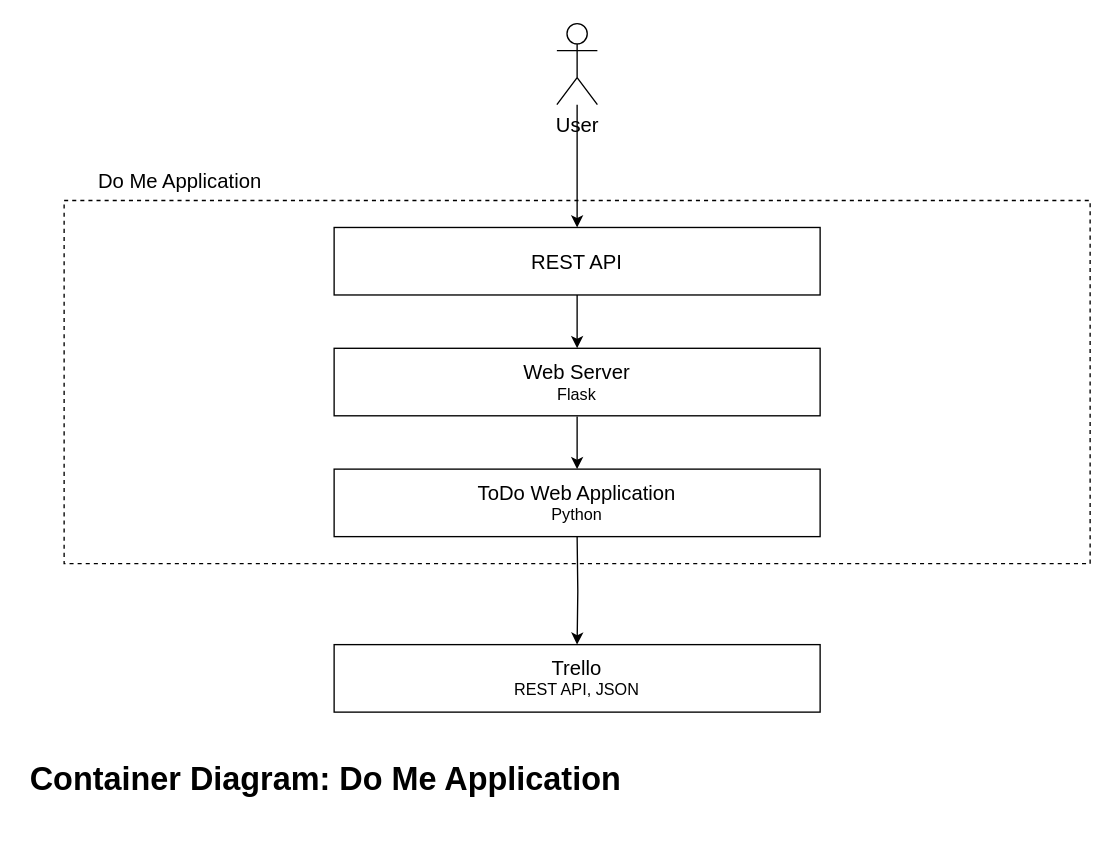
JackieMaw/DevOps-Course-Starter keeps this draw.io diagram as todo_app/diagrams/container.drawio. Above is the earlier version. Source tidied: cells renumbered, new cells numbered last; positions are measured from the earlier drawing's top-left corner, leaving out a move shared by most shapes. Both pictures are drawn from the tidied source at 135%, with x=0, y=0 at pixel (23, 23).
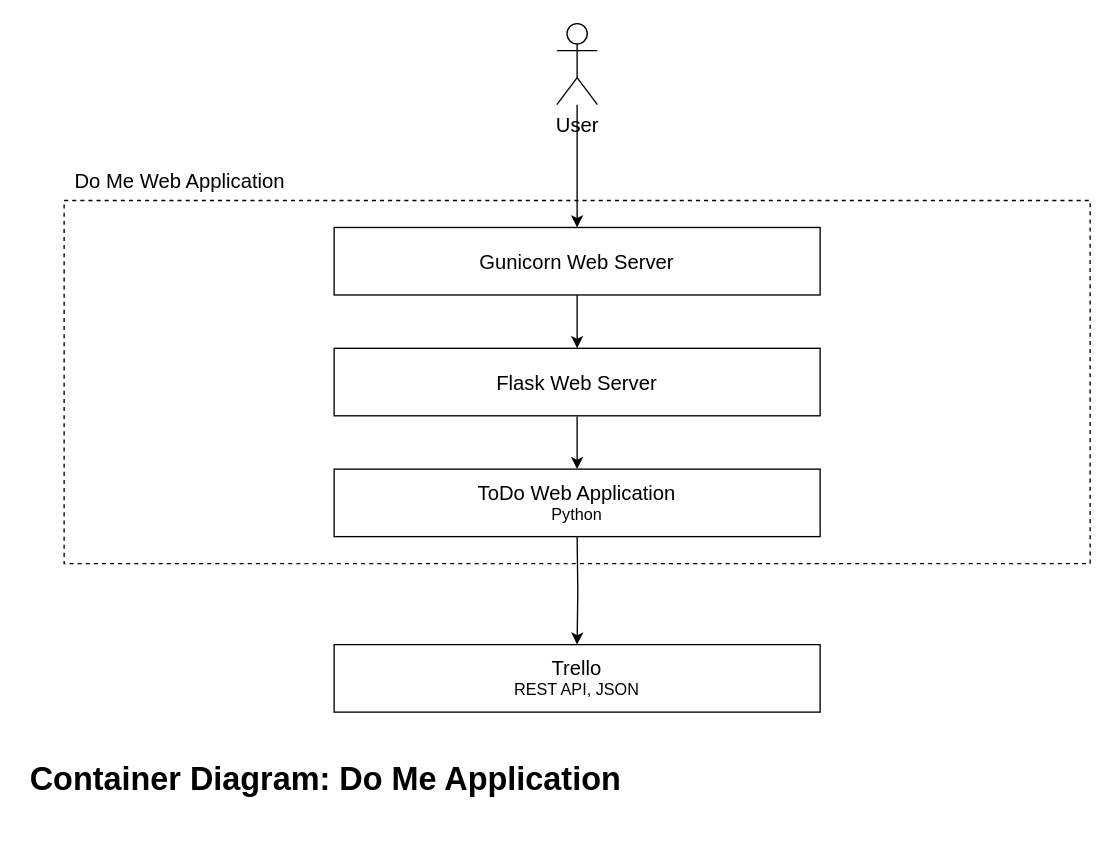
After the change.

Diff of the diagram source:
```diff
@@
 <mxGraphModel>
   <root>
     <mxCell id="0" />
     <mxCell id="1" parent="0" />
     <mxCell id="2" style="rounded=0;whiteSpace=wrap;html=1;dashed=1;" parent="1" vertex="1">
       <mxGeometry x="30" y="131" width="760" height="269" as="geometry" />
     </mxCell>
     <mxCell id="3" style="edgeStyle=orthogonalEdgeStyle;rounded=0;jettySize=auto;html=1;fontSize=15;" parent="1" edge="1" target="9">
       <mxGeometry relative="1" as="geometry">
         <mxPoint x="410" y="380" as="sourcePoint" />
       </mxGeometry>
     </mxCell>
     <mxCell id="4" value="&lt;h1&gt;Container Diagram: Do Me Application&lt;/h1&gt;" style="text;html=1;strokeColor=none;fillColor=none;spacing=5;spacingTop=-20;whiteSpace=wrap;overflow=hidden;rounded=0;dashed=1;" parent="1" vertex="1">
       <mxGeometry y="540" width="560" height="50" as="geometry" />
     </mxCell>
     <mxCell id="5" style="edgeStyle=orthogonalEdgeStyle;rounded=0;jettySize=auto;html=1;fontSize=15;" parent="1" edge="1" source="6" target="7">
       <mxGeometry relative="1" as="geometry" />
     </mxCell>
-    <mxCell id="6" value="&lt;font style=&quot;font-size: 15px&quot;&gt;REST API&lt;/font&gt;&lt;br&gt;" style="rounded=0;whiteSpace=wrap;html=1;" parent="1" vertex="1">
+    <mxCell id="6" value="&lt;font style=&quot;font-size: 15px&quot;&gt;Gunicorn Web Server&lt;/font&gt;" style="rounded=0;whiteSpace=wrap;html=1;" parent="1" vertex="1">
       <mxGeometry x="230" y="151" width="360" height="50" as="geometry" />
     </mxCell>
-    <mxCell id="7" value="&lt;font style=&quot;font-size: 15px&quot;&gt;Web Server&lt;/font&gt;&lt;br&gt;Flask" style="rounded=0;whiteSpace=wrap;html=1;" parent="1" vertex="1">
+    <mxCell id="7" value="&lt;font style=&quot;font-size: 15px&quot;&gt;Flask Web Server&lt;/font&gt;" style="rounded=0;whiteSpace=wrap;html=1;" parent="1" vertex="1">
       <mxGeometry x="230" y="240.5" width="360" height="50" as="geometry" />
     </mxCell>
     <mxCell id="8" style="edgeStyle=orthogonalEdgeStyle;rounded=0;jettySize=auto;html=1;exitX=0.5;exitY=1;exitDx=0;exitDy=0;entryX=0.5;entryY=0;entryDx=0;entryDy=0;fontSize=15;" parent="1" edge="1" target="11">
       <mxGeometry relative="1" as="geometry">
         <mxPoint x="410" y="291" as="sourcePoint" />
       </mxGeometry>
     </mxCell>
     <mxCell id="9" value="&lt;span&gt;&lt;font style=&quot;font-size: 15px&quot;&gt;Trello&lt;/font&gt;&lt;br&gt;REST API, JSON&lt;br&gt;&lt;/span&gt;" style="rounded=0;whiteSpace=wrap;html=1;" parent="1" vertex="1">
       <mxGeometry x="230" y="460" width="360" height="50" as="geometry" />
     </mxCell>
-    <mxCell id="10" value="Do Me Application" style="text;html=1;strokeColor=none;fillColor=none;align=center;verticalAlign=middle;whiteSpace=wrap;rounded=0;fontSize=15;" parent="1" vertex="1">
+    <mxCell id="10" value="Do Me Web Application" style="text;html=1;strokeColor=none;fillColor=none;align=center;verticalAlign=middle;whiteSpace=wrap;rounded=0;fontSize=15;" parent="1" vertex="1">
       <mxGeometry x="6" y="101" width="220" height="30" as="geometry" />
     </mxCell>
     <mxCell id="11" value="&lt;font style=&quot;font-size: 15px&quot;&gt;ToDo Web Application&lt;/font&gt;&lt;br&gt;Python" style="rounded=0;whiteSpace=wrap;html=1;" parent="1" vertex="1">
       <mxGeometry x="230" y="330" width="360" height="50" as="geometry" />
     </mxCell>
     <mxCell id="12" style="edgeStyle=orthogonalEdgeStyle;rounded=0;jettySize=auto;html=1;fontSize=15;" parent="1" edge="1" source="13" target="6">
       <mxGeometry relative="1" as="geometry" />
     </mxCell>
     <mxCell id="13" value="User" style="shape=umlActor;verticalLabelPosition=bottom;verticalAlign=top;html=1;outlineConnect=0;fontSize=15;" parent="1" vertex="1">
       <mxGeometry x="395" width="30" height="60" as="geometry" />
     </mxCell>
   </root>
 </mxGraphModel>
```
